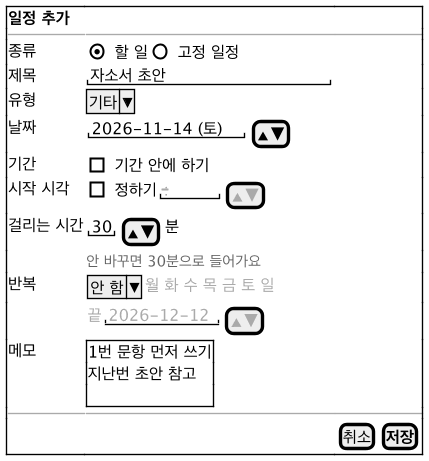
Above: docs/diagrams/ui-form.png in 2026-2-software-system-design-11/planning-pet-app (PlantUML), before the change.
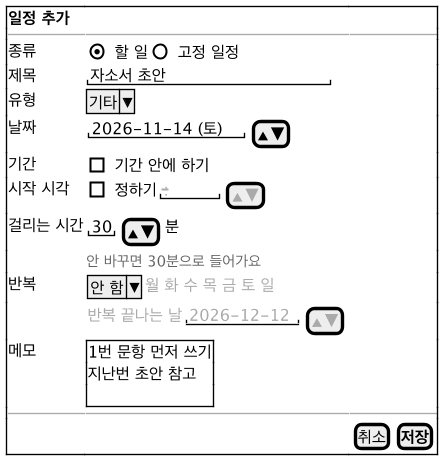
After the change.

Change to the diagram source:
```diff
@@ -12,7 +12,7 @@
   걸리는 시간 | { "30" | [▲▼] | 분 } | .
   . | <size:11><color:#666666>안 바꾸면 30분으로 들어가요</color></size> | .
   반복 | { ^안 함^ | <color:#AAAAAA>월 화 수 목 금 토 일</color> } | .
-  . | { <color:#AAAAAA>끝</color> | "<color:#AAAAAA>2026-12-12</color>" | [<color:#AAAAAA>▲▼</color>] } | .
+  . | { <color:#AAAAAA>반복 끝나는 날</color> | "<color:#AAAAAA>2026-12-12</color>" | [<color:#AAAAAA>▲▼</color>] } | .
   메모 | {+ 1번 문항 먼저 쓰기
   지난번 초안 참고
   . } | .
```
